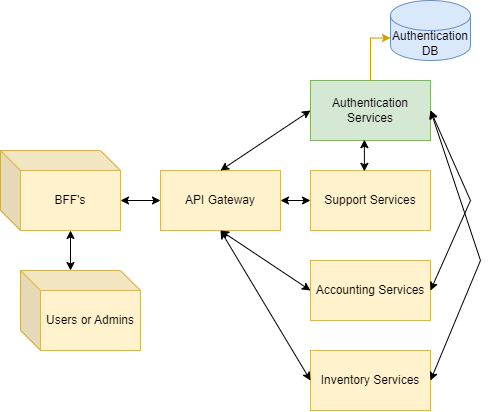
Earlier version of the draw.io export Project/diagram/Authentication-microservice/details/image/Support-diagram.drawio.png (nima7997/application-architecture). Source tidied: cells renumbered, new cells last; positions are measured from the earlier drawing's top-left corner, leaving out a move shared by most shapes. Source of this version:
```xml
<mxGraphModel>
  <root>
    <mxCell id="0" />
    <mxCell id="1" parent="0" />
    <mxCell id="2" value="API Gateway" style="rounded=0;whiteSpace=wrap;html=1;fillColor=#fff2cc;strokeColor=#d6b656;" parent="1" vertex="1">
      <mxGeometry x="160" y="170" width="120" height="60" as="geometry" />
    </mxCell>
    <mxCell id="3" value="Authentication Services" style="rounded=0;whiteSpace=wrap;html=1;fillColor=#d5e8d4;strokeColor=#82b366;" parent="1" vertex="1">
      <mxGeometry x="310" y="80" width="120" height="60" as="geometry" />
    </mxCell>
    <mxCell id="4" value="Support Services" style="rounded=0;whiteSpace=wrap;html=1;fillColor=#fff2cc;strokeColor=#d6b656;" parent="1" vertex="1">
      <mxGeometry x="310" y="170" width="120" height="60" as="geometry" />
    </mxCell>
    <mxCell id="5" value="Accounting Services" style="rounded=0;whiteSpace=wrap;html=1;fillColor=#fff2cc;strokeColor=#d6b656;" parent="1" vertex="1">
      <mxGeometry x="310" y="260" width="120" height="60" as="geometry" />
    </mxCell>
    <mxCell id="6" value="Inventory Services" style="rounded=0;whiteSpace=wrap;html=1;fillColor=#fff2cc;strokeColor=#d6b656;" parent="1" vertex="1">
      <mxGeometry x="310" y="350" width="120" height="60" as="geometry" />
    </mxCell>
    <mxCell id="7" value="Authentication DB" style="shape=cylinder3;whiteSpace=wrap;html=1;boundedLbl=1;backgroundOutline=1;size=15;fillColor=#dae8fc;strokeColor=#6c8ebf;" parent="1" vertex="1">
      <mxGeometry x="390" width="80" height="60" as="geometry" />
    </mxCell>
    <mxCell id="8" style="edgeStyle=orthogonalEdgeStyle;rounded=0;jettySize=auto;html=1;entryX=0;entryY=0;entryDx=0;entryDy=37.5;entryPerimeter=0;fillColor=#ffe6cc;strokeColor=#d79b00;" parent="1" edge="1" source="3" target="7">
      <mxGeometry relative="1" as="geometry" />
    </mxCell>
    <mxCell id="9" style="endArrow=classic;startArrow=classic;html=1;rounded=0;exitX=0;exitY=0;exitDx=120;exitDy=50;exitPerimeter=0;entryX=0;entryY=0.5;entryDx=0;entryDy=0;" parent="1" edge="1" source="17" target="2">
      <mxGeometry relative="1" as="geometry" />
    </mxCell>
    <mxCell id="10" style="endArrow=classic;startArrow=classic;html=1;rounded=0;entryX=0;entryY=0.5;entryDx=0;entryDy=0;exitX=0.5;exitY=1;exitDx=0;exitDy=0;" parent="1" edge="1" source="2" target="6">
      <mxGeometry relative="1" as="geometry" />
    </mxCell>
    <mxCell id="11" style="endArrow=classic;startArrow=classic;html=1;rounded=0;entryX=0;entryY=0.5;entryDx=0;entryDy=0;exitX=0.5;exitY=1;exitDx=0;exitDy=0;" parent="1" edge="1" source="2" target="5">
      <mxGeometry relative="1" as="geometry" />
    </mxCell>
    <mxCell id="12" style="endArrow=classic;startArrow=classic;html=1;rounded=0;entryX=0;entryY=0.5;entryDx=0;entryDy=0;exitX=0.5;exitY=0;exitDx=0;exitDy=0;" parent="1" edge="1" source="2" target="3">
      <mxGeometry relative="1" as="geometry" />
    </mxCell>
    <mxCell id="13" style="endArrow=classic;startArrow=classic;html=1;rounded=0;entryX=0;entryY=0.5;entryDx=0;entryDy=0;exitX=1;exitY=0.5;exitDx=0;exitDy=0;" parent="1" edge="1" source="2" target="4">
      <mxGeometry relative="1" as="geometry" />
    </mxCell>
    <mxCell id="14" style="endArrow=classic;startArrow=classic;html=1;rounded=0;entryX=0.449;entryY=0.014;entryDx=0;entryDy=0;exitX=0.449;exitY=0.986;exitDx=0;exitDy=0;exitPerimeter=0;entryPerimeter=0;" parent="1" edge="1" source="3" target="4">
      <mxGeometry relative="1" as="geometry" />
    </mxCell>
    <mxCell id="15" style="endArrow=classic;startArrow=classic;html=1;rounded=0;entryX=1;entryY=0.5;entryDx=0;entryDy=0;exitX=1;exitY=0.5;exitDx=0;exitDy=0;" parent="1" edge="1" source="3" target="5">
      <mxGeometry relative="1" as="geometry">
        <Array as="points">
          <mxPoint x="470" y="200" />
        </Array>
      </mxGeometry>
    </mxCell>
    <mxCell id="16" style="endArrow=classic;startArrow=classic;html=1;rounded=0;entryX=1;entryY=0.5;entryDx=0;entryDy=0;exitX=1;exitY=0.5;exitDx=0;exitDy=0;" parent="1" edge="1" source="3" target="6">
      <mxGeometry relative="1" as="geometry">
        <Array as="points">
          <mxPoint x="480" y="260" />
        </Array>
      </mxGeometry>
    </mxCell>
    <mxCell id="17" value="BFF's" style="shape=cube;whiteSpace=wrap;html=1;boundedLbl=1;backgroundOutline=1;darkOpacity=0.05;darkOpacity2=0.1;fillColor=#fff2cc;strokeColor=#d6b656;" parent="1" vertex="1">
      <mxGeometry y="150" width="120" height="80" as="geometry" />
    </mxCell>
    <mxCell id="18" style="endArrow=classic;startArrow=classic;html=1;rounded=0;exitX=0;exitY=0;exitDx=50;exitDy=0;exitPerimeter=0;entryX=0;entryY=0;entryDx=70;entryDy=80;entryPerimeter=0;" parent="1" edge="1" source="19" target="17">
      <mxGeometry relative="1" as="geometry" />
    </mxCell>
    <mxCell id="19" value="Users or Admins" style="shape=cube;whiteSpace=wrap;html=1;boundedLbl=1;backgroundOutline=1;darkOpacity=0.05;darkOpacity2=0.1;fillColor=#fff2cc;strokeColor=#d6b656;" parent="1" vertex="1">
      <mxGeometry x="20" y="270" width="120" height="80" as="geometry" />
    </mxCell>
  </root>
</mxGraphModel>
```
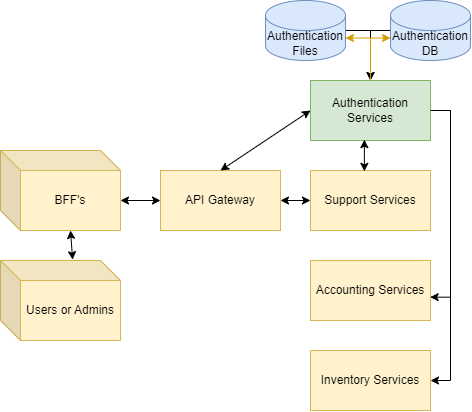
The same file after the commit.

What changed in the source:
```diff
@@ -5,6 +5,14 @@
     <mxCell id="2" value="API Gateway" style="rounded=0;whiteSpace=wrap;html=1;fillColor=#fff2cc;strokeColor=#d6b656;" parent="1" vertex="1">
       <mxGeometry x="160" y="170" width="120" height="60" as="geometry" />
     </mxCell>
+    <mxCell id="16" style="edgeStyle=orthogonalEdgeStyle;rounded=0;jettySize=auto;html=1;entryX=1;entryY=0.5;entryDx=0;entryDy=0;" parent="1" edge="1" source="3" target="6">
+      <mxGeometry relative="1" as="geometry">
+        <Array as="points">
+          <mxPoint x="450" y="110" />
+          <mxPoint x="450" y="380" />
+        </Array>
+      </mxGeometry>
+    </mxCell>
     <mxCell id="3" value="Authentication Services" style="rounded=0;whiteSpace=wrap;html=1;fillColor=#d5e8d4;strokeColor=#82b366;" parent="1" vertex="1">
       <mxGeometry x="310" y="80" width="120" height="60" as="geometry" />
     </mxCell>
@@ -17,6 +25,11 @@
     <mxCell id="6" value="Inventory Services" style="rounded=0;whiteSpace=wrap;html=1;fillColor=#fff2cc;strokeColor=#d6b656;" parent="1" vertex="1">
       <mxGeometry x="310" y="350" width="120" height="60" as="geometry" />
     </mxCell>
+    <mxCell id="20" style="edgeStyle=orthogonalEdgeStyle;rounded=0;jettySize=auto;html=1;" parent="1" edge="1" source="7">
+      <mxGeometry relative="1" as="geometry">
+        <mxPoint x="370" y="80" as="targetPoint" />
+      </mxGeometry>
+    </mxCell>
     <mxCell id="7" value="Authentication DB" style="shape=cylinder3;whiteSpace=wrap;html=1;boundedLbl=1;backgroundOutline=1;size=15;fillColor=#dae8fc;strokeColor=#6c8ebf;" parent="1" vertex="1">
       <mxGeometry x="390" width="80" height="60" as="geometry" />
     </mxCell>
@@ -26,12 +39,6 @@
     <mxCell id="9" style="endArrow=classic;startArrow=classic;html=1;rounded=0;exitX=0;exitY=0;exitDx=120;exitDy=50;exitPerimeter=0;entryX=0;entryY=0.5;entryDx=0;entryDy=0;" parent="1" edge="1" source="17" target="2">
       <mxGeometry relative="1" as="geometry" />
     </mxCell>
-    <mxCell id="10" style="endArrow=classic;startArrow=classic;html=1;rounded=0;entryX=0;entryY=0.5;entryDx=0;entryDy=0;exitX=0.5;exitY=1;exitDx=0;exitDy=0;" parent="1" edge="1" source="2" target="6">
-      <mxGeometry relative="1" as="geometry" />
-    </mxCell>
-    <mxCell id="11" style="endArrow=classic;startArrow=classic;html=1;rounded=0;entryX=0;entryY=0.5;entryDx=0;entryDy=0;exitX=0.5;exitY=1;exitDx=0;exitDy=0;" parent="1" edge="1" source="2" target="5">
-      <mxGeometry relative="1" as="geometry" />
-    </mxCell>
     <mxCell id="12" style="endArrow=classic;startArrow=classic;html=1;rounded=0;entryX=0;entryY=0.5;entryDx=0;entryDy=0;exitX=0.5;exitY=0;exitDx=0;exitDy=0;" parent="1" edge="1" source="2" target="3">
       <mxGeometry relative="1" as="geometry" />
     </mxCell>
@@ -41,28 +48,38 @@
     <mxCell id="14" style="endArrow=classic;startArrow=classic;html=1;rounded=0;entryX=0.449;entryY=0.014;entryDx=0;entryDy=0;exitX=0.449;exitY=0.986;exitDx=0;exitDy=0;exitPerimeter=0;entryPerimeter=0;" parent="1" edge="1" source="3" target="4">
       <mxGeometry relative="1" as="geometry" />
     </mxCell>
-    <mxCell id="15" style="endArrow=classic;startArrow=classic;html=1;rounded=0;entryX=1;entryY=0.5;entryDx=0;entryDy=0;exitX=1;exitY=0.5;exitDx=0;exitDy=0;" parent="1" edge="1" source="3" target="5">
-      <mxGeometry relative="1" as="geometry">
-        <Array as="points">
-          <mxPoint x="470" y="200" />
-        </Array>
-      </mxGeometry>
-    </mxCell>
-    <mxCell id="16" style="endArrow=classic;startArrow=classic;html=1;rounded=0;entryX=1;entryY=0.5;entryDx=0;entryDy=0;exitX=1;exitY=0.5;exitDx=0;exitDy=0;" parent="1" edge="1" source="3" target="6">
-      <mxGeometry relative="1" as="geometry">
-        <Array as="points">
-          <mxPoint x="480" y="260" />
-        </Array>
-      </mxGeometry>
-    </mxCell>
     <mxCell id="17" value="BFF's" style="shape=cube;whiteSpace=wrap;html=1;boundedLbl=1;backgroundOutline=1;darkOpacity=0.05;darkOpacity2=0.1;fillColor=#fff2cc;strokeColor=#d6b656;" parent="1" vertex="1">
       <mxGeometry y="150" width="120" height="80" as="geometry" />
     </mxCell>
-    <mxCell id="18" style="endArrow=classic;startArrow=classic;html=1;rounded=0;exitX=0;exitY=0;exitDx=50;exitDy=0;exitPerimeter=0;entryX=0;entryY=0;entryDx=70;entryDy=80;entryPerimeter=0;" parent="1" edge="1" source="19" target="17">
+    <mxCell id="18" style="endArrow=classic;startArrow=classic;html=1;rounded=0;exitX=0.601;exitY=-0.01;exitDx=0;exitDy=0;exitPerimeter=0;entryX=0;entryY=0;entryDx=70;entryDy=80;entryPerimeter=0;" parent="1" edge="1" source="19" target="17">
       <mxGeometry relative="1" as="geometry" />
     </mxCell>
     <mxCell id="19" value="Users or Admins" style="shape=cube;whiteSpace=wrap;html=1;boundedLbl=1;backgroundOutline=1;darkOpacity=0.05;darkOpacity2=0.1;fillColor=#fff2cc;strokeColor=#d6b656;" parent="1" vertex="1">
-      <mxGeometry x="20" y="270" width="120" height="80" as="geometry" />
+      <mxGeometry y="260" width="120" height="80" as="geometry" />
     </mxCell>
+    <mxCell id="15" style="edgeStyle=orthogonalEdgeStyle;rounded=0;jettySize=auto;html=1;entryX=0.997;entryY=0.611;entryDx=0;entryDy=0;entryPerimeter=0;" parent="1" edge="1" source="3" target="5">
+      <mxGeometry relative="1" as="geometry">
+        <Array as="points">
+          <mxPoint x="450" y="110" />
+          <mxPoint x="450" y="297" />
+        </Array>
+      </mxGeometry>
+    </mxCell>
+    <mxCell id="21" style="edgeStyle=orthogonalEdgeStyle;rounded=0;jettySize=auto;html=1;" parent="1" edge="1" source="22">
+      <mxGeometry relative="1" as="geometry">
+        <mxPoint x="370" y="80" as="targetPoint" />
+      </mxGeometry>
+    </mxCell>
+    <mxCell id="22" value="Authentication Files" style="shape=cylinder3;whiteSpace=wrap;html=1;boundedLbl=1;backgroundOutline=1;size=15;fillColor=#dae8fc;strokeColor=#6c8ebf;" parent="1" vertex="1">
+      <mxGeometry x="265" width="80" height="60" as="geometry" />
+    </mxCell>
+    <mxCell id="23" style="edgeStyle=orthogonalEdgeStyle;rounded=0;jettySize=auto;html=1;entryX=1;entryY=0;entryDx=0;entryDy=37.5;entryPerimeter=0;fillColor=#ffe6cc;strokeColor=#d79b00;" parent="1" edge="1" target="22">
+      <mxGeometry relative="1" as="geometry">
+        <mxPoint x="370" y="80" as="sourcePoint" />
+        <Array as="points">
+          <mxPoint x="370" y="38" />
+        </Array>
+      </mxGeometry>
+    </mxCell>
   </root>
 </mxGraphModel>
```
